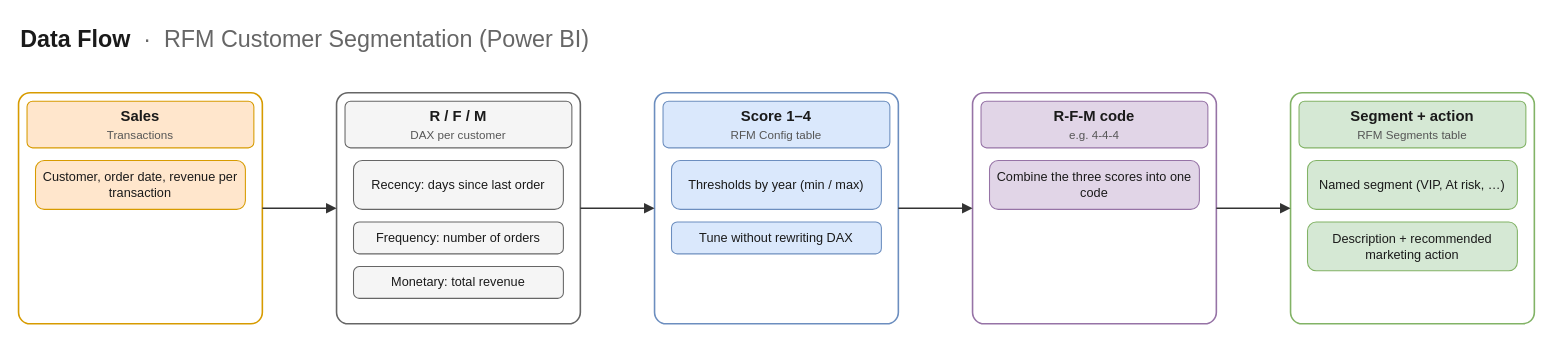
thanhvu911/rfm-customer-segmentation-powerbi keeps this draw.io diagram as docs/diagrams/dataflow.drawio. Above is the earlier version. Source tidied: cells renumbered, new cells numbered last; positions are measured from the earlier drawing's top-left corner, leaving out a move shared by most shapes. Both pictures are drawn from the tidied source at 106%, with x=0, y=0 at pixel (18, 18).
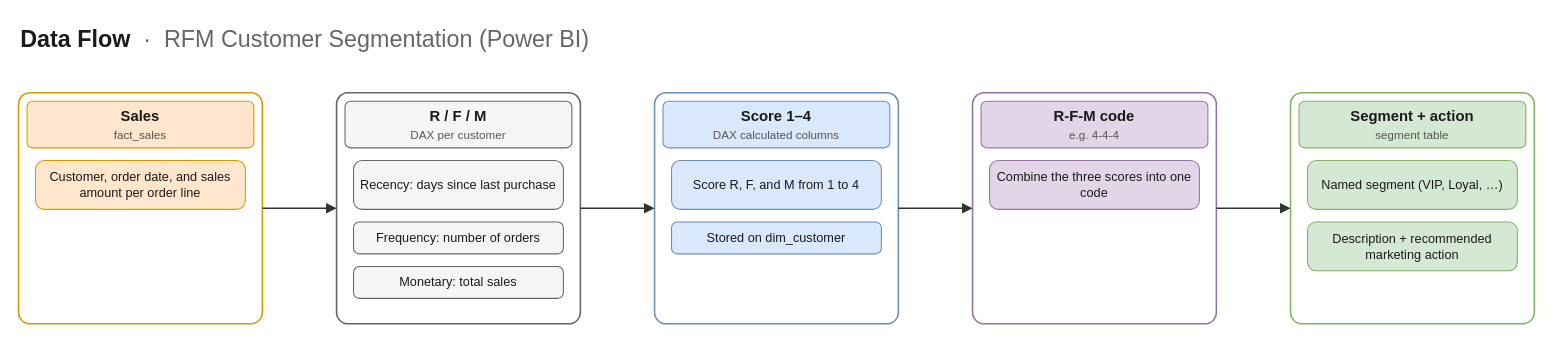
Above is the later version.

Commit message (it also covers changes not shown here):
Diagrams: editable .drawio files matching the real Power BI model

Unchanged cells that the change refers to:
```xml
<mxCell id="3" style="rounded=1;arcSize=5;whiteSpace=wrap;html=1;fillColor=#ffffff;strokeColor=#d79b00;strokeWidth=1.5;" parent="1" vertex="1">
  <mxGeometry y="70" width="230" height="218" as="geometry" />
</mxCell>
<mxCell id="6" style="rounded=1;arcSize=5;whiteSpace=wrap;html=1;fillColor=#ffffff;strokeColor=#666666;strokeWidth=1.5;" parent="1" vertex="1">
  <mxGeometry x="300" y="70" width="230" height="218" as="geometry" />
</mxCell>
<mxCell id="11" style="rounded=1;arcSize=5;whiteSpace=wrap;html=1;fillColor=#ffffff;strokeColor=#6c8ebf;strokeWidth=1.5;" parent="1" vertex="1">
  <mxGeometry x="600" y="70" width="230" height="218" as="geometry" />
</mxCell>
<mxCell id="18" style="rounded=1;arcSize=5;whiteSpace=wrap;html=1;fillColor=#ffffff;strokeColor=#82b366;strokeWidth=1.5;" parent="1" vertex="1">
  <mxGeometry x="1200" y="70" width="230" height="218" as="geometry" />
</mxCell>
```

Change to the diagram source:
```diff
@@
-    <mxCell id="4" value="Sales&lt;br&gt;&lt;span style=&quot;font-size:11px;font-weight:normal;color:#555555&quot;&gt;Transactions&lt;/span&gt;" style="rounded=1;arcSize=12;whiteSpace=wrap;html=1;fillColor=#ffe6cc;strokeColor=#d79b00;fontStyle=1;fontSize=14;fontFamily=Helvetica;fontColor=#1a1a1a;" parent="3" vertex="1">
+    <mxCell id="4" value="Sales&lt;br&gt;&lt;span style=&quot;font-size:11px;font-weight:normal;color:#555555&quot;&gt;fact_sales&lt;/span&gt;" style="rounded=1;arcSize=12;whiteSpace=wrap;html=1;fillColor=#ffe6cc;strokeColor=#d79b00;fontStyle=1;fontSize=14;fontFamily=Helvetica;fontColor=#1a1a1a;" parent="3" vertex="1">
       <mxGeometry x="8" y="8" width="214" height="44" as="geometry" />
     </mxCell>
-    <mxCell id="5" value="Customer, order date, revenue per transaction" style="rounded=1;whiteSpace=wrap;html=1;fillColor=#ffe6cc;strokeColor=#d79b00;fontSize=12;fontFamily=Helvetica;fontColor=#1a1a1a;arcSize=18;" parent="3" vertex="1">
+    <mxCell id="5" value="Customer, order date, and sales amount per order line" style="rounded=1;whiteSpace=wrap;html=1;fillColor=#ffe6cc;strokeColor=#d79b00;fontSize=12;fontFamily=Helvetica;fontColor=#1a1a1a;arcSize=18;" parent="3" vertex="1">
       <mxGeometry x="16" y="64" width="198" height="46" as="geometry" />
     </mxCell>
@@
-    <mxCell id="8" value="Recency: days since last order" style="rounded=1;whiteSpace=wrap;html=1;fillColor=#f5f5f5;strokeColor=#666666;fontSize=12;fontFamily=Helvetica;fontColor=#1a1a1a;arcSize=18;" parent="6" vertex="1">
+    <mxCell id="8" value="Recency: days since last purchase" style="rounded=1;whiteSpace=wrap;html=1;fillColor=#f5f5f5;strokeColor=#666666;fontSize=12;fontFamily=Helvetica;fontColor=#1a1a1a;arcSize=18;" parent="6" vertex="1">
       <mxGeometry x="16" y="64" width="198" height="46" as="geometry" />
     </mxCell>
@@
-    <mxCell id="10" value="Monetary: total revenue" style="rounded=1;whiteSpace=wrap;html=1;fillColor=#f5f5f5;strokeColor=#666666;fontSize=12;fontFamily=Helvetica;fontColor=#1a1a1a;arcSize=18;" parent="6" vertex="1">
+    <mxCell id="10" value="Monetary: total sales" style="rounded=1;whiteSpace=wrap;html=1;fillColor=#f5f5f5;strokeColor=#666666;fontSize=12;fontFamily=Helvetica;fontColor=#1a1a1a;arcSize=18;" parent="6" vertex="1">
       <mxGeometry x="16" y="164" width="198" height="30" as="geometry" />
     </mxCell>
@@
-    <mxCell id="12" value="Score 1–4&lt;br&gt;&lt;span style=&quot;font-size:11px;font-weight:normal;color:#555555&quot;&gt;RFM Config table&lt;/span&gt;" style="rounded=1;arcSize=12;whiteSpace=wrap;html=1;fillColor=#dae8fc;strokeColor=#6c8ebf;fontStyle=1;fontSize=14;fontFamily=Helvetica;fontColor=#1a1a1a;" parent="11" vertex="1">
+    <mxCell id="12" value="Score 1–4&lt;br&gt;&lt;span style=&quot;font-size:11px;font-weight:normal;color:#555555&quot;&gt;DAX calculated columns&lt;/span&gt;" style="rounded=1;arcSize=12;whiteSpace=wrap;html=1;fillColor=#dae8fc;strokeColor=#6c8ebf;fontStyle=1;fontSize=14;fontFamily=Helvetica;fontColor=#1a1a1a;" parent="11" vertex="1">
       <mxGeometry x="8" y="8" width="214" height="44" as="geometry" />
     </mxCell>
-    <mxCell id="13" value="Thresholds by year (min / max)" style="rounded=1;whiteSpace=wrap;html=1;fillColor=#dae8fc;strokeColor=#6c8ebf;fontSize=12;fontFamily=Helvetica;fontColor=#1a1a1a;arcSize=18;" parent="11" vertex="1">
+    <mxCell id="13" value="Score R, F, and M from 1 to 4" style="rounded=1;whiteSpace=wrap;html=1;fillColor=#dae8fc;strokeColor=#6c8ebf;fontSize=12;fontFamily=Helvetica;fontColor=#1a1a1a;arcSize=18;" parent="11" vertex="1">
       <mxGeometry x="16" y="64" width="198" height="46" as="geometry" />
     </mxCell>
-    <mxCell id="14" value="Tune without rewriting DAX" style="rounded=1;whiteSpace=wrap;html=1;fillColor=#dae8fc;strokeColor=#6c8ebf;fontSize=12;fontFamily=Helvetica;fontColor=#1a1a1a;arcSize=18;" parent="11" vertex="1">
+    <mxCell id="14" value="Stored on dim_customer" style="rounded=1;whiteSpace=wrap;html=1;fillColor=#dae8fc;strokeColor=#6c8ebf;fontSize=12;fontFamily=Helvetica;fontColor=#1a1a1a;arcSize=18;" parent="11" vertex="1">
       <mxGeometry x="16" y="122" width="198" height="30" as="geometry" />
     </mxCell>
@@
-    <mxCell id="19" value="Segment + action&lt;br&gt;&lt;span style=&quot;font-size:11px;font-weight:normal;color:#555555&quot;&gt;RFM Segments table&lt;/span&gt;" style="rounded=1;arcSize=12;whiteSpace=wrap;html=1;fillColor=#d5e8d4;strokeColor=#82b366;fontStyle=1;fontSize=14;fontFamily=Helvetica;fontColor=#1a1a1a;" parent="18" vertex="1">
+    <mxCell id="19" value="Segment + action&lt;br&gt;&lt;span style=&quot;font-size:11px;font-weight:normal;color:#555555&quot;&gt;segment table&lt;/span&gt;" style="rounded=1;arcSize=12;whiteSpace=wrap;html=1;fillColor=#d5e8d4;strokeColor=#82b366;fontStyle=1;fontSize=14;fontFamily=Helvetica;fontColor=#1a1a1a;" parent="18" vertex="1">
       <mxGeometry x="8" y="8" width="214" height="44" as="geometry" />
     </mxCell>
-    <mxCell id="20" value="Named segment (VIP, At risk, …)" style="rounded=1;whiteSpace=wrap;html=1;fillColor=#d5e8d4;strokeColor=#82b366;fontSize=12;fontFamily=Helvetica;fontColor=#1a1a1a;arcSize=18;" parent="18" vertex="1">
+    <mxCell id="20" value="Named segment (VIP, Loyal, …)" style="rounded=1;whiteSpace=wrap;html=1;fillColor=#d5e8d4;strokeColor=#82b366;fontSize=12;fontFamily=Helvetica;fontColor=#1a1a1a;arcSize=18;" parent="18" vertex="1">
       <mxGeometry x="16" y="64" width="198" height="46" as="geometry" />
     </mxCell>
```
